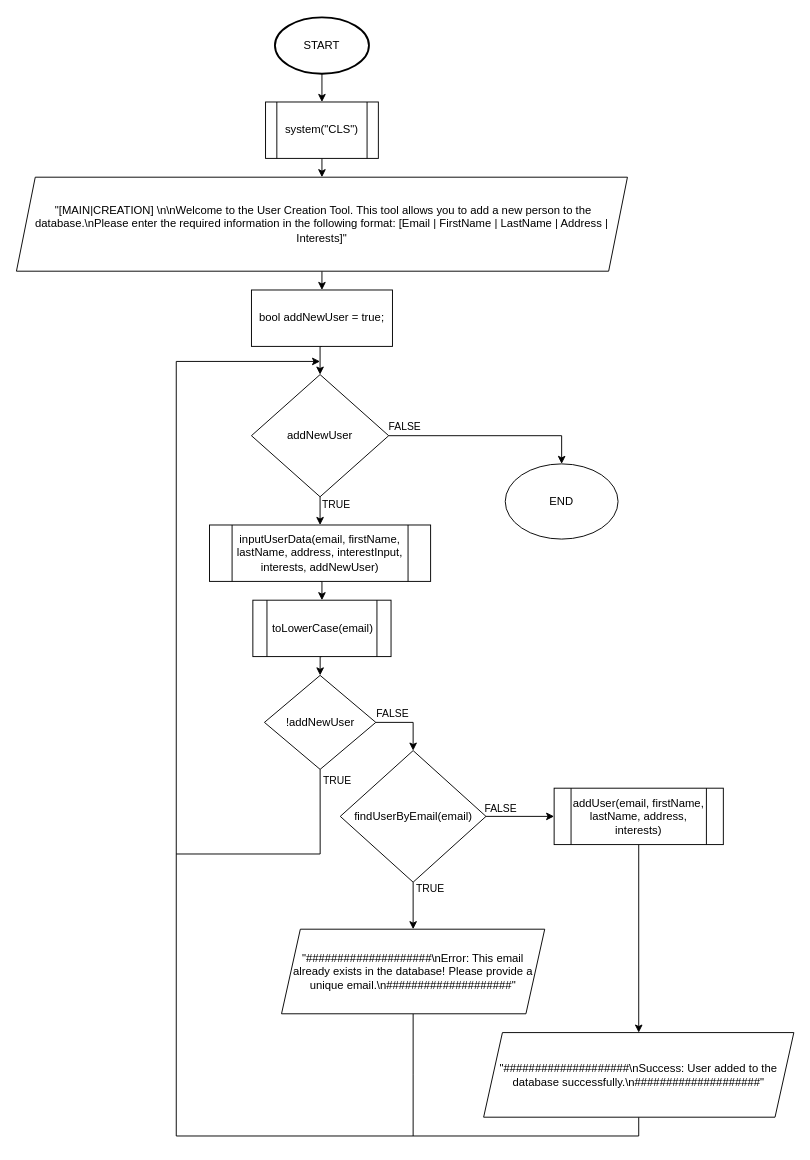
HyperekDerg/HiveHub keeps this draw.io diagram as Doc/Block_Schemes/userCreator.drawio. Above is the earlier version. Source tidied: cells renumbered, new cells numbered last; positions are measured from the earlier drawing's top-left corner, leaving out a move shared by most shapes. Both pictures are drawn from the tidied source at 94%, with x=0, y=0 at pixel (16, 17).
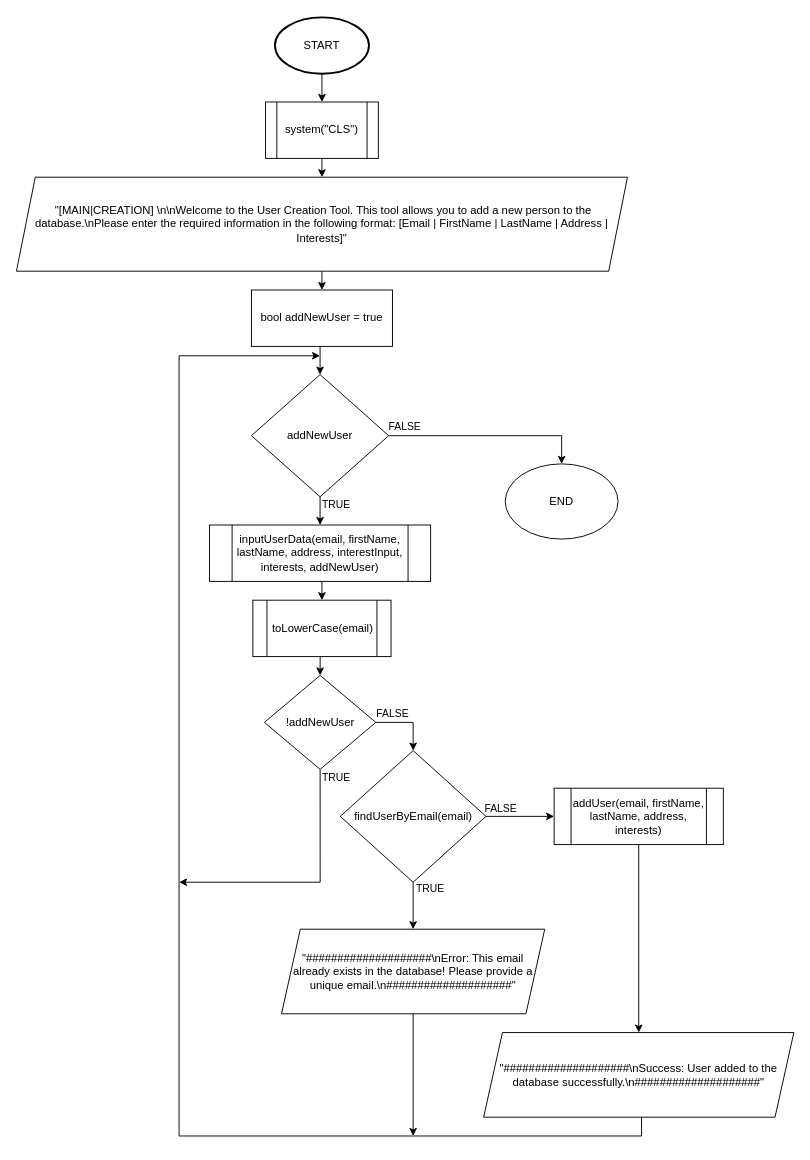
The same page after the edit.

Unchanged cells that the change refers to:
```xml
<mxCell id="22" value="!addNewUser" style="rhombus;whiteSpace=wrap;html=1;" parent="1" vertex="1">
  <mxGeometry x="263.8" y="700" width="118.5" height="100" as="geometry" />
</mxCell>
<mxCell id="29" value="&quot;####################\nError: This email already exists in the database! Please provide a unique email.\n####################&quot;" style="shape=parallelogram;perimeter=parallelogramPerimeter;whiteSpace=wrap;html=1;fixedSize=1;" parent="1" vertex="1">
  <mxGeometry x="282" y="970" width="280" height="90" as="geometry" />
</mxCell>
<mxCell id="33" value="&quot;####################\nSuccess: User added to the database successfully.\n####################&quot;" style="shape=parallelogram;perimeter=parallelogramPerimeter;whiteSpace=wrap;html=1;fixedSize=1;" parent="1" vertex="1">
  <mxGeometry x="497" y="1080" width="330" height="90" as="geometry" />
</mxCell>
```

Change to the diagram source:
```diff
@@
-    <mxCell id="9" value="bool addNewUser = true;" style="rounded=0;whiteSpace=wrap;html=1;" parent="1" vertex="1">
+    <mxCell id="9" value="bool addNewUser = true" style="rounded=0;whiteSpace=wrap;html=1;" parent="1" vertex="1">
       <mxGeometry x="250" y="290" width="150" height="60" as="geometry" />
     </mxCell>
@@
+    <mxCell id="36" style="edgeStyle=orthogonalEdgeStyle;rounded=0;jettySize=auto;html=1;exitX=0.5;exitY=1;exitDx=0;exitDy=0;" parent="1" edge="1" source="22">
+      <mxGeometry relative="1" as="geometry">
+        <mxPoint x="173" y="920" as="targetPoint" />
+        <Array as="points">
+          <mxPoint x="323" y="920" />
+          <mxPoint x="173" y="920" />
+        </Array>
+      </mxGeometry>
+    </mxCell>
+    <mxCell id="35" value="TRUE" style="edgeLabel;html=1;align=center;verticalAlign=middle;" parent="36" vertex="1">
+      <mxGeometry x="-0.91" relative="1" as="geometry">
+        <mxPoint x="16" y="-3" as="offset" />
+      </mxGeometry>
+    </mxCell>
@@
-    <mxCell id="28" style="edgeStyle=orthogonalEdgeStyle;rounded=0;jettySize=auto;html=1;exitX=0.5;exitY=1;exitDx=0;exitDy=0;endArrow=none;endFill=0;" parent="1" edge="1" source="29">
+    <mxCell id="28" style="edgeStyle=orthogonalEdgeStyle;rounded=0;jettySize=auto;html=1;exitX=0.5;exitY=1;exitDx=0;exitDy=0;endArrow=classic;endFill=1;" parent="1" edge="1" source="29">
       <mxGeometry relative="1" as="geometry">
         <mxPoint x="422" y="1190" as="targetPoint" />
       </mxGeometry>
     </mxCell>
@@
-    <mxCell id="32" style="edgeStyle=orthogonalEdgeStyle;rounded=0;jettySize=auto;html=1;exitX=0.5;exitY=1;exitDx=0;exitDy=0;endArrow=none;endFill=0;" parent="1" edge="1" source="33">
+    <mxCell id="32" style="edgeStyle=orthogonalEdgeStyle;rounded=0;orthogonalLoop=1;jettySize=auto;html=1;exitX=0.5;exitY=1;exitDx=0;exitDy=0;endArrow=classic;endFill=1;" parent="1" edge="1">
       <mxGeometry relative="1" as="geometry">
-        <mxPoint x="170" y="890" as="targetPoint" />
+        <mxPoint x="665" y="1170" as="sourcePoint" />
+        <mxPoint x="323" y="360" as="targetPoint" />
         <Array as="points">
-          <mxPoint x="662" y="1190" />
-          <mxPoint x="170" y="1190" />
+          <mxPoint x="665" y="1190" />
+          <mxPoint x="173" y="1190" />
         </Array>
       </mxGeometry>
     </mxCell>
@@
-    <mxCell id="34" style="edgeStyle=orthogonalEdgeStyle;rounded=0;jettySize=auto;html=1;exitX=0.5;exitY=1;exitDx=0;exitDy=0;" parent="1" edge="1" source="22">
-      <mxGeometry relative="1" as="geometry">
-        <mxPoint x="323" y="366" as="targetPoint" />
-        <Array as="points">
-          <mxPoint x="323" y="890" />
-          <mxPoint x="170" y="890" />
-          <mxPoint x="170" y="366" />
-        </Array>
-      </mxGeometry>
-    </mxCell>
-    <mxCell id="35" value="TRUE" style="edgeLabel;html=1;align=center;verticalAlign=middle;" parent="34" vertex="1">
-      <mxGeometry x="-0.94" y="3" relative="1" as="geometry">
-        <mxPoint x="14" y="-16" as="offset" />
-      </mxGeometry>
-    </mxCell>
```
